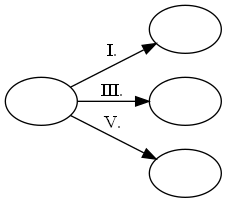
Before: szakdolgozat/images/img_src/img1.png, a diagram exported from Graphviz (Ancsak01/szakdolgozat). Its source is kept beside it as szakdolgozat/images/img_src/img1.dot.
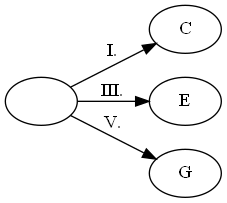
After the commit.

What changed in the source:
```diff
@@ -1,9 +1,9 @@
 digraph g {
     rankdir=LR
     A [label=""]
-    B [label=""]
-    C [label=""]
-    D [label=""]
+    B [label="C"]
+    C [label="E"]
+    D [label="G"]
     A -> B [label="I."]
     A -> C [label="III."]
     A -> D [label="V."]
```
